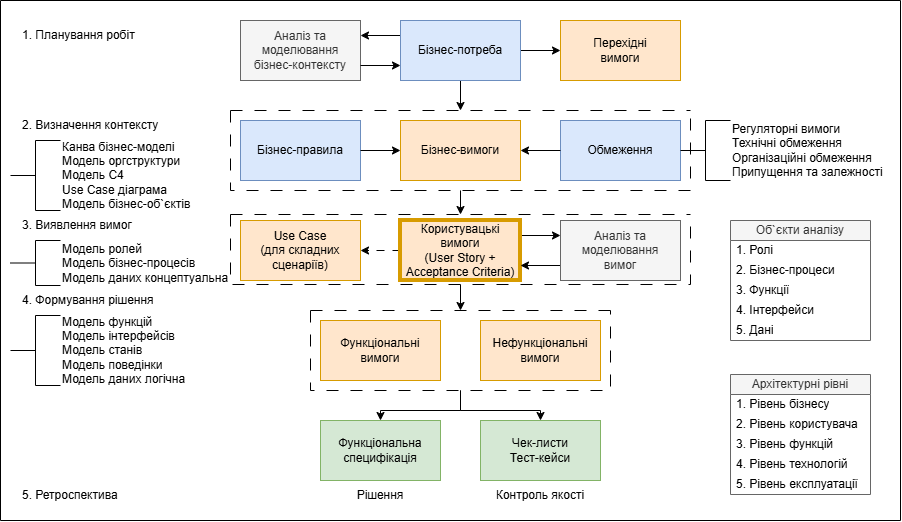
Earlier version of the draw.io export src/img/concept-lifeCycle.png (babok4me/info). Source tidied: cells renumbered, new cells last; positions are measured from the earlier drawing's top-left corner, leaving out a move shared by most shapes.
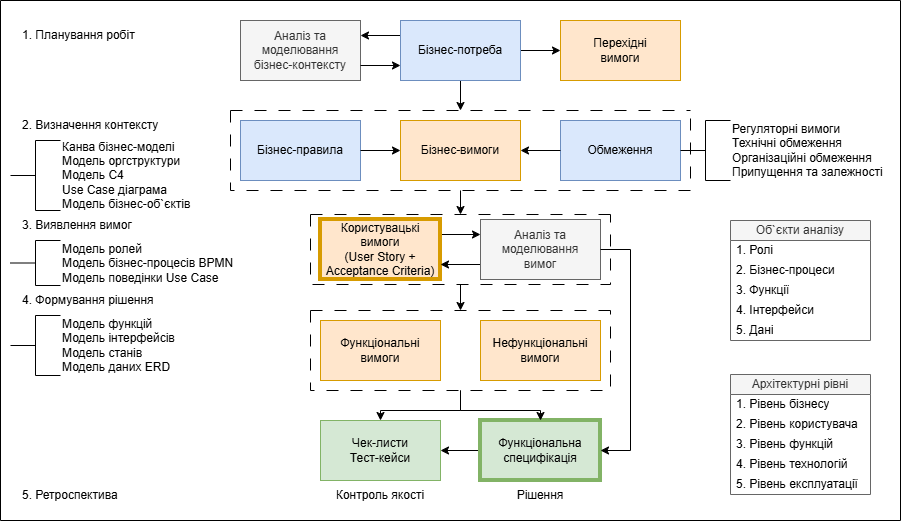
The same diagram one commit later.

Commit message:
change page concept

The edit, as a diff of the source:
```diff
@@ -38,10 +38,10 @@
     <mxCell id="13" value="Перехідні&lt;div&gt;вимоги&lt;/div&gt;" style="rounded=0;whiteSpace=wrap;html=1;fillColor=#ffe6cc;strokeColor=#d79b00;" parent="7" vertex="1">
       <mxGeometry x="560" y="20" width="120" height="60" as="geometry" />
     </mxCell>
-    <mxCell id="14" value="&lt;div&gt;&lt;div&gt;Модель функцій&lt;/div&gt;&lt;div&gt;Модель інтерфейсів&lt;/div&gt;&lt;div&gt;Модель станів&lt;/div&gt;&lt;div&gt;Модель поведінки&lt;/div&gt;&lt;/div&gt;&lt;div&gt;Модель даних логічна&lt;/div&gt;" style="html=1;shape=mxgraph.flowchart.annotation_2;align=left;labelPosition=right;" parent="7" vertex="1">
-      <mxGeometry x="10" y="315" width="50" height="70" as="geometry" />
+    <mxCell id="14" value="&lt;div&gt;&lt;div&gt;Модель функцій&lt;/div&gt;&lt;div&gt;Модель інтерфейсів&lt;/div&gt;&lt;div&gt;Модель станів&lt;/div&gt;&lt;/div&gt;&lt;div&gt;Модель даних ERD&lt;/div&gt;" style="html=1;shape=mxgraph.flowchart.annotation_2;align=left;labelPosition=right;" parent="7" vertex="1">
+      <mxGeometry x="10" y="315" width="50" height="60" as="geometry" />
     </mxCell>
-    <mxCell id="15" value="Модель ролей&lt;div&gt;Модель бізнес-процесів&lt;/div&gt;&lt;div&gt;Модель даних концептуальна&lt;/div&gt;" style="html=1;shape=mxgraph.flowchart.annotation_2;align=left;labelPosition=right;" parent="7" vertex="1">
+    <mxCell id="15" value="Модель ролей&lt;div&gt;Модель бізнес-процесів BPMN&lt;/div&gt;&lt;div&gt;Модель поведінки Use Case&lt;/div&gt;" style="html=1;shape=mxgraph.flowchart.annotation_2;align=left;labelPosition=right;" parent="7" vertex="1">
       <mxGeometry x="10" y="240" width="50" height="45" as="geometry" />
     </mxCell>
     <mxCell id="16" value="&lt;div&gt;Канва бізнес-моделі&lt;/div&gt;&lt;div&gt;Модель оргструктури&lt;/div&gt;&lt;div&gt;Модель С4&lt;/div&gt;&lt;div&gt;Use Case діаграма&lt;/div&gt;&lt;div&gt;Модель бізнес-об`єктів&lt;/div&gt;" style="html=1;shape=mxgraph.flowchart.annotation_2;align=left;labelPosition=right;" parent="7" vertex="1">
@@ -93,10 +93,13 @@
       <mxGeometry x="680" y="120" width="50" height="60" as="geometry" />
     </mxCell>
     <mxCell id="32" value="&lt;div&gt;Чек-листи&lt;/div&gt;Тест-кейси" style="rounded=0;whiteSpace=wrap;html=1;fillColor=#d5e8d4;strokeColor=#82b366;" parent="7" vertex="1">
-      <mxGeometry x="480" y="420" width="120" height="60" as="geometry" />
+      <mxGeometry x="320" y="420" width="120" height="60" as="geometry" />
     </mxCell>
+    <mxCell id="55" style="edgeStyle=orthogonalEdgeStyle;rounded=0;jettySize=auto;html=1;exitX=0;exitY=0.5;exitDx=0;exitDy=0;entryX=1;entryY=0.5;entryDx=0;entryDy=0;" parent="7" edge="1" source="33" target="32">
+      <mxGeometry relative="1" as="geometry" />
+    </mxCell>
-    <mxCell id="33" value="Функціональна&lt;div&gt;специфікація&lt;/div&gt;" style="rounded=0;whiteSpace=wrap;html=1;fillColor=#d5e8d4;strokeColor=#82b366;" parent="7" vertex="1">
-      <mxGeometry x="320" y="420" width="120" height="60" as="geometry" />
+    <mxCell id="33" value="Функціональна&lt;div&gt;специфікація&lt;/div&gt;" style="rounded=0;whiteSpace=wrap;html=1;fillColor=#d5e8d4;strokeColor=#82b366;strokeWidth=4;" parent="7" vertex="1">
+      <mxGeometry x="480" y="420" width="120" height="60" as="geometry" />
     </mxCell>
     <mxCell id="34" style="edgeStyle=orthogonalEdgeStyle;rounded=0;jettySize=auto;html=1;exitX=0.5;exitY=1;exitDx=0;exitDy=0;entryX=0.5;entryY=0;entryDx=0;entryDy=0;" parent="7" edge="1" source="36" target="33">
       <mxGeometry relative="1" as="geometry" />
@@ -120,38 +123,40 @@
       <mxGeometry x="230" y="110" width="460" height="80" as="geometry" />
     </mxCell>
     <mxCell id="41" value="Рішення" style="text;html=1;whiteSpace=wrap;strokeColor=none;fillColor=none;align=center;verticalAlign=middle;rounded=0;" parent="7" vertex="1">
-      <mxGeometry x="320" y="480" width="120" height="30" as="geometry" />
+      <mxGeometry x="480" y="480" width="120" height="30" as="geometry" />
     </mxCell>
     <mxCell id="42" value="Контроль якості" style="text;html=1;whiteSpace=wrap;strokeColor=none;fillColor=none;align=center;verticalAlign=middle;rounded=0;" parent="7" vertex="1">
-      <mxGeometry x="480" y="480" width="120" height="30" as="geometry" />
+      <mxGeometry x="320" y="480" width="120" height="30" as="geometry" />
     </mxCell>
     <mxCell id="43" value="Аналіз та моделювання&lt;div&gt;бізнес-контексту&lt;/div&gt;" style="rounded=0;whiteSpace=wrap;html=1;fillColor=#f5f5f5;strokeColor=#666666;fontColor=#333333;" parent="7" vertex="1">
       <mxGeometry x="240" y="20" width="120" height="60" as="geometry" />
     </mxCell>
+    <mxCell id="50" style="edgeStyle=orthogonalEdgeStyle;rounded=0;jettySize=auto;html=1;exitX=0.5;exitY=1;exitDx=0;exitDy=0;entryX=0.5;entryY=0;entryDx=0;entryDy=0;" parent="7" edge="1" source="51" target="36">
+      <mxGeometry relative="1" as="geometry" />
+    </mxCell>
+    <mxCell id="51" style="swimlane;startSize=0;dashed=1;dashPattern=12 12;" parent="7" vertex="1">
+      <mxGeometry x="310" y="214" width="300" height="70" as="geometry" />
+    </mxCell>
-    <mxCell id="44" style="edgeStyle=orthogonalEdgeStyle;rounded=0;jettySize=auto;html=1;exitX=1;exitY=0.25;exitDx=0;exitDy=0;entryX=0;entryY=0.25;entryDx=0;entryDy=0;" parent="7" edge="1" source="46" target="48">
+    <mxCell id="44" style="edgeStyle=orthogonalEdgeStyle;rounded=0;jettySize=auto;html=1;exitX=1;exitY=0.25;exitDx=0;exitDy=0;entryX=0;entryY=0.25;entryDx=0;entryDy=0;" parent="51" edge="1" source="46" target="48">
       <mxGeometry relative="1" as="geometry" />
     </mxCell>
-    <mxCell id="45" style="edgeStyle=orthogonalEdgeStyle;rounded=0;jettySize=auto;html=1;exitX=0;exitY=0.5;exitDx=0;exitDy=0;entryX=1;entryY=0.5;entryDx=0;entryDy=0;dashed=1;dashPattern=8 8;" parent="7" edge="1" source="46" target="49">
-      <mxGeometry relative="1" as="geometry" />
-    </mxCell>
-    <mxCell id="46" value="Користувацькі вимоги&lt;div&gt;(User Story + Acceptance Criteria)&lt;/div&gt;" style="rounded=0;whiteSpace=wrap;html=1;fillColor=#ffe6cc;strokeColor=#d79b00;strokeWidth=4;" parent="7" vertex="1">
-      <mxGeometry x="400" y="220" width="120" height="60" as="geometry" />
+    <mxCell id="46" value="Користувацькі вимоги&lt;div&gt;(User Story + Acceptance Criteria)&lt;/div&gt;" style="rounded=0;whiteSpace=wrap;html=1;fillColor=#ffe6cc;strokeColor=#d79b00;strokeWidth=4;" parent="51" vertex="1">
+      <mxGeometry x="10" y="5" width="120" height="60" as="geometry" />
     </mxCell>
-    <mxCell id="47" style="edgeStyle=orthogonalEdgeStyle;rounded=0;jettySize=auto;html=1;exitX=0;exitY=0.75;exitDx=0;exitDy=0;entryX=1;entryY=0.75;entryDx=0;entryDy=0;" parent="7" edge="1" source="48" target="46">
+    <mxCell id="47" style="edgeStyle=orthogonalEdgeStyle;rounded=0;jettySize=auto;html=1;exitX=0;exitY=0.75;exitDx=0;exitDy=0;entryX=1;entryY=0.75;entryDx=0;entryDy=0;" parent="51" edge="1" source="48" target="46">
       <mxGeometry relative="1" as="geometry" />
     </mxCell>
-    <mxCell id="48" value="Аналіз та моделювання&lt;div&gt;вимог&lt;/div&gt;" style="rounded=0;whiteSpace=wrap;html=1;fillColor=#f5f5f5;strokeColor=#666666;fontColor=#333333;" parent="7" vertex="1">
-      <mxGeometry x="560" y="220" width="120" height="60" as="geometry" />
+    <mxCell id="48" value="Аналіз та моделювання&lt;div&gt;вимог&lt;/div&gt;" style="rounded=0;whiteSpace=wrap;html=1;fillColor=#f5f5f5;strokeColor=#666666;fontColor=#333333;" parent="51" vertex="1">
+      <mxGeometry x="170" y="5" width="120" height="60" as="geometry" />
     </mxCell>
-    <mxCell id="49" value="Use Case&lt;div&gt;(для складних сценаріїв)&lt;/div&gt;" style="rounded=0;whiteSpace=wrap;html=1;fillColor=#ffe6cc;strokeColor=#d79b00;" parent="7" vertex="1">
-      <mxGeometry x="240" y="220" width="120" height="60" as="geometry" />
-    </mxCell>
-    <mxCell id="50" style="edgeStyle=orthogonalEdgeStyle;rounded=0;jettySize=auto;html=1;exitX=0.5;exitY=1;exitDx=0;exitDy=0;entryX=0.5;entryY=0;entryDx=0;entryDy=0;" parent="7" edge="1" source="51" target="36">
-      <mxGeometry relative="1" as="geometry" />
-    </mxCell>
-    <mxCell id="51" style="swimlane;startSize=0;dashed=1;dashPattern=12 12;" parent="7" vertex="1">
-      <mxGeometry x="230" y="214" width="460" height="70" as="geometry" />
-    </mxCell>
+    <mxCell id="56" style="edgeStyle=orthogonalEdgeStyle;rounded=0;jettySize=auto;html=1;exitX=1;exitY=0.5;exitDx=0;exitDy=0;entryX=1;entryY=0.5;entryDx=0;entryDy=0;" parent="7" edge="1" source="48" target="33">
+      <mxGeometry relative="1" as="geometry">
+        <Array as="points">
+          <mxPoint x="630" y="249" />
+          <mxPoint x="630" y="450" />
+        </Array>
+      </mxGeometry>
+    </mxCell>
     <mxCell id="52" style="edgeStyle=orthogonalEdgeStyle;rounded=0;jettySize=auto;html=1;exitX=0;exitY=0.5;exitDx=0;exitDy=0;entryX=1;entryY=0.5;entryDx=0;entryDy=0;" parent="1" edge="1" source="30" target="6">
       <mxGeometry relative="1" as="geometry" />
     </mxCell>
```
